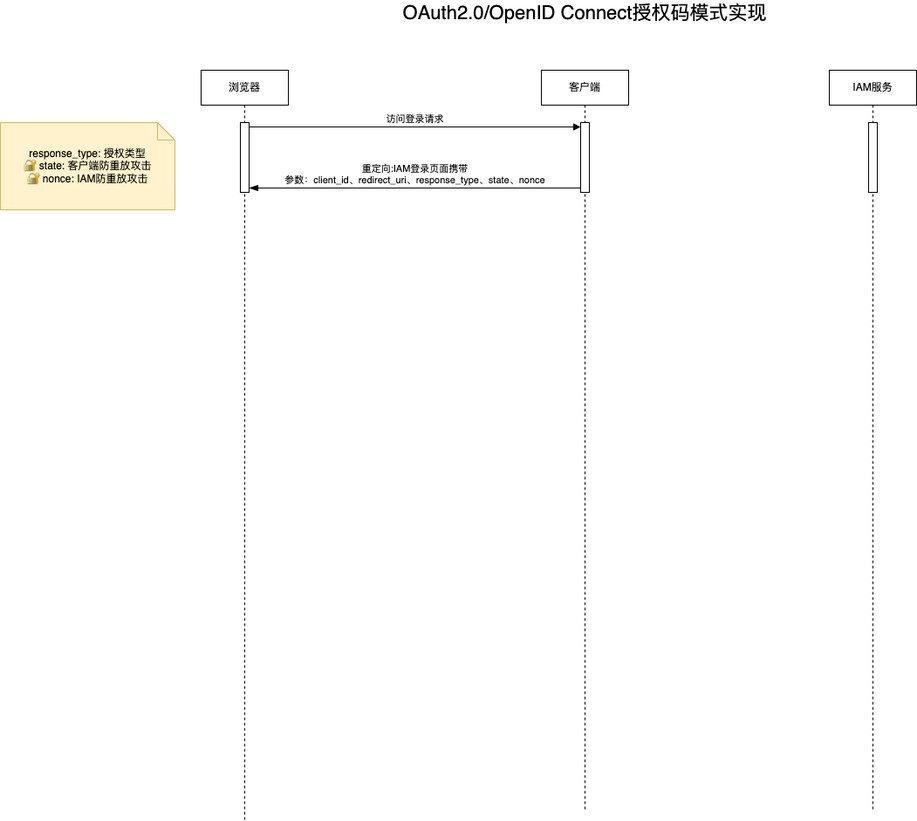
This is IAM实现.drawio.png from JYbill/draw, a draw.io export, as it was before one commit. Source tidied: cells renumbered, new cells last; positions are measured from the earlier drawing's top-left corner, leaving out a move shared by most shapes.
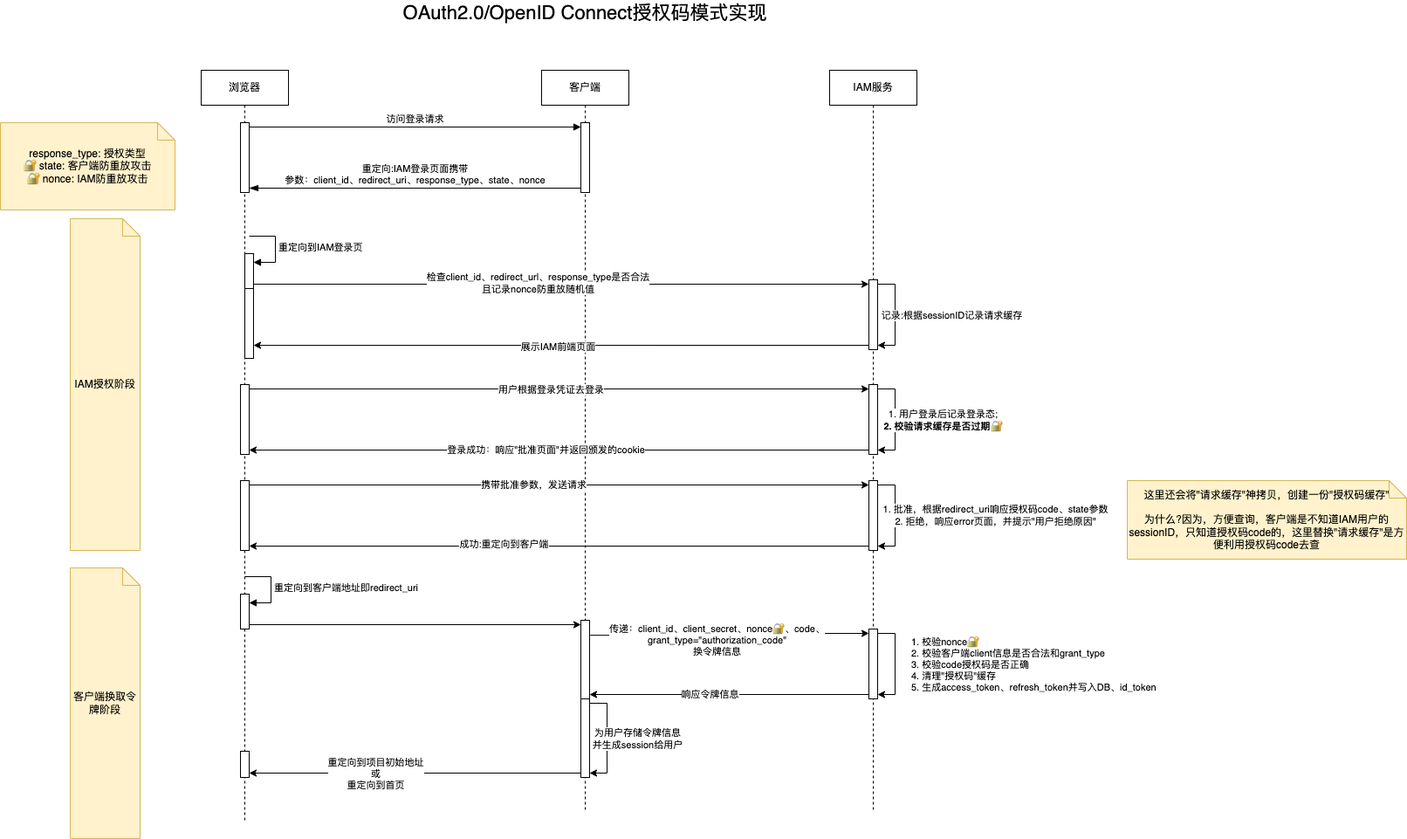
Above is the later version.

Change to the diagram source:
```diff
@@ -8,12 +8,60 @@
     <mxCell id="3" style="html=1;points=[[0,0,0,0,5],[0,1,0,0,-5],[1,0,0,0,5],[1,1,0,0,-5]];perimeter=orthogonalPerimeter;outlineConnect=0;targetShapes=umlLifeline;portConstraint=eastwest;newEdgeStyle={&quot;curved&quot;:0,&quot;rounded&quot;:0};" parent="2" vertex="1">
       <mxGeometry x="45" y="60" width="10" height="80" as="geometry" />
     </mxCell>
+    <mxCell id="12" style="html=1;points=[[0,0,0,0,5],[0,1,0,0,-5],[1,0,0,0,5],[1,1,0,0,-5]];perimeter=orthogonalPerimeter;outlineConnect=0;targetShapes=umlLifeline;portConstraint=eastwest;newEdgeStyle={&quot;curved&quot;:0,&quot;rounded&quot;:0};" parent="2" vertex="1">
+      <mxGeometry x="50" y="210" width="10" height="40" as="geometry" />
+    </mxCell>
+    <mxCell id="13" value="重定向到IAM登录页" style="html=1;align=left;spacingLeft=2;endArrow=block;rounded=0;edgeStyle=orthogonalEdgeStyle;curved=0;rounded=0;" parent="2" edge="1" target="12">
+      <mxGeometry relative="1" as="geometry">
+        <mxPoint x="55" y="190" as="sourcePoint" />
+        <Array as="points">
+          <mxPoint x="85" y="220" />
+        </Array>
+      </mxGeometry>
+    </mxCell>
+    <mxCell id="14" style="html=1;points=[[0,0,0,0,5],[0,1,0,0,-5],[1,0,0,0,5],[1,1,0,0,-5]];perimeter=orthogonalPerimeter;outlineConnect=0;targetShapes=umlLifeline;portConstraint=eastwest;newEdgeStyle={&quot;curved&quot;:0,&quot;rounded&quot;:0};" parent="2" vertex="1">
+      <mxGeometry x="50" y="250" width="10" height="80" as="geometry" />
+    </mxCell>
+    <mxCell id="15" style="html=1;points=[[0,0,0,0,5],[0,1,0,0,-5],[1,0,0,0,5],[1,1,0,0,-5]];perimeter=orthogonalPerimeter;outlineConnect=0;targetShapes=umlLifeline;portConstraint=eastwest;newEdgeStyle={&quot;curved&quot;:0,&quot;rounded&quot;:0};" parent="2" vertex="1">
+      <mxGeometry x="45" y="360" width="10" height="80" as="geometry" />
+    </mxCell>
+    <mxCell id="16" style="html=1;points=[[0,0,0,0,5],[0,1,0,0,-5],[1,0,0,0,5],[1,1,0,0,-5]];perimeter=orthogonalPerimeter;outlineConnect=0;targetShapes=umlLifeline;portConstraint=eastwest;newEdgeStyle={&quot;curved&quot;:0,&quot;rounded&quot;:0};" parent="2" vertex="1">
+      <mxGeometry x="45" y="470" width="10" height="80" as="geometry" />
+    </mxCell>
+    <mxCell id="17" style="html=1;points=[[0,0,0,0,5],[0,1,0,0,-5],[1,0,0,0,5],[1,1,0,0,-5]];perimeter=orthogonalPerimeter;outlineConnect=0;targetShapes=umlLifeline;portConstraint=eastwest;newEdgeStyle={&quot;curved&quot;:0,&quot;rounded&quot;:0};" parent="2" vertex="1">
+      <mxGeometry x="45" y="780" width="10" height="30" as="geometry" />
+    </mxCell>
+    <mxCell id="18" style="html=1;points=[[0,0,0,0,5],[0,1,0,0,-5],[1,0,0,0,5],[1,1,0,0,-5]];perimeter=orthogonalPerimeter;outlineConnect=0;targetShapes=umlLifeline;portConstraint=eastwest;newEdgeStyle={&quot;curved&quot;:0,&quot;rounded&quot;:0};" parent="2" vertex="1">
+      <mxGeometry x="45" y="600" width="10" height="40" as="geometry" />
+    </mxCell>
+    <mxCell id="19" value="重定向到客户端地址即redirect_uri" style="html=1;align=left;spacingLeft=2;endArrow=block;rounded=0;edgeStyle=orthogonalEdgeStyle;curved=0;rounded=0;" parent="2" edge="1" target="18">
+      <mxGeometry relative="1" as="geometry">
+        <mxPoint x="50" y="580" as="sourcePoint" />
+        <Array as="points">
+          <mxPoint x="80" y="610" />
+        </Array>
+      </mxGeometry>
+    </mxCell>
     <mxCell id="4" value="客户端" style="shape=umlLifeline;perimeter=lifelinePerimeter;whiteSpace=wrap;html=1;newEdgeStyle={&quot;curved&quot;:0,&quot;rounded&quot;:0};" parent="1" vertex="1">
       <mxGeometry x="620" y="80" width="100" height="850" as="geometry" />
     </mxCell>
     <mxCell id="5" style="html=1;points=[[0,0,0,0,5],[0,1,0,0,-5],[1,0,0,0,5],[1,1,0,0,-5]];perimeter=orthogonalPerimeter;outlineConnect=0;targetShapes=umlLifeline;portConstraint=eastwest;newEdgeStyle={&quot;curved&quot;:0,&quot;rounded&quot;:0};" parent="4" vertex="1">
       <mxGeometry x="45" y="60" width="10" height="80" as="geometry" />
     </mxCell>
+    <mxCell id="20" style="html=1;points=[[0,0,0,0,5],[0,1,0,0,-5],[1,0,0,0,5],[1,1,0,0,-5]];perimeter=orthogonalPerimeter;outlineConnect=0;targetShapes=umlLifeline;portConstraint=eastwest;newEdgeStyle={&quot;curved&quot;:0,&quot;rounded&quot;:0};" parent="4" vertex="1">
+      <mxGeometry x="45" y="630" width="10" height="90" as="geometry" />
+    </mxCell>
+    <mxCell id="21" style="html=1;points=[[0,0,0,0,5],[0,1,0,0,-5],[1,0,0,0,5],[1,1,0,0,-5]];perimeter=orthogonalPerimeter;outlineConnect=0;targetShapes=umlLifeline;portConstraint=eastwest;newEdgeStyle={&quot;curved&quot;:0,&quot;rounded&quot;:0};" parent="4" vertex="1">
+      <mxGeometry x="45" y="720" width="10" height="90" as="geometry" />
+    </mxCell>
+    <mxCell id="22" style="edgeStyle=orthogonalEdgeStyle;rounded=0;orthogonalLoop=1;jettySize=auto;html=1;curved=0;exitX=1;exitY=0;exitDx=0;exitDy=5;exitPerimeter=0;entryX=1;entryY=1;entryDx=0;entryDy=-5;entryPerimeter=0;" parent="4" edge="1" source="21" target="21">
+      <mxGeometry relative="1" as="geometry" />
+    </mxCell>
+    <mxCell id="23" value="为用户存储令牌信息&lt;br&gt;并生成session给用户" style="edgeLabel;html=1;align=center;verticalAlign=middle;" parent="22" vertex="1">
+      <mxGeometry x="-0.01" y="3" relative="1" as="geometry">
+        <mxPoint x="32" y="1" as="offset" />
+      </mxGeometry>
+    </mxCell>
     <mxCell id="6" value="OAuth2.0/OpenID Connect授权码模式实现" style="text;html=1;align=center;verticalAlign=middle;whiteSpace=wrap;rounded=0;fontSize=22;" parent="1" vertex="1">
       <mxGeometry x="427" width="486" height="30" as="geometry" />
     </mxCell>
@@ -27,10 +75,121 @@
       <mxGeometry x="950" y="80" width="100" height="850" as="geometry" />
     </mxCell>
     <mxCell id="10" style="html=1;points=[[0,0,0,0,5],[0,1,0,0,-5],[1,0,0,0,5],[1,1,0,0,-5]];perimeter=orthogonalPerimeter;outlineConnect=0;targetShapes=umlLifeline;portConstraint=eastwest;newEdgeStyle={&quot;curved&quot;:0,&quot;rounded&quot;:0};" parent="9" vertex="1">
-      <mxGeometry x="45" y="60" width="10" height="80" as="geometry" />
+      <mxGeometry x="45" y="240" width="10" height="80" as="geometry" />
     </mxCell>
+    <mxCell id="24" style="html=1;points=[[0,0,0,0,5],[0,1,0,0,-5],[1,0,0,0,5],[1,1,0,0,-5]];perimeter=orthogonalPerimeter;outlineConnect=0;targetShapes=umlLifeline;portConstraint=eastwest;newEdgeStyle={&quot;curved&quot;:0,&quot;rounded&quot;:0};" parent="9" vertex="1">
+      <mxGeometry x="45" y="360" width="10" height="80" as="geometry" />
+    </mxCell>
+    <mxCell id="25" style="html=1;points=[[0,0,0,0,5],[0,1,0,0,-5],[1,0,0,0,5],[1,1,0,0,-5]];perimeter=orthogonalPerimeter;outlineConnect=0;targetShapes=umlLifeline;portConstraint=eastwest;newEdgeStyle={&quot;curved&quot;:0,&quot;rounded&quot;:0};" parent="9" vertex="1">
+      <mxGeometry x="45" y="470" width="10" height="80" as="geometry" />
+    </mxCell>
+    <mxCell id="26" style="edgeStyle=orthogonalEdgeStyle;rounded=0;orthogonalLoop=1;jettySize=auto;html=1;curved=0;exitX=1;exitY=0;exitDx=0;exitDy=5;exitPerimeter=0;entryX=1;entryY=1;entryDx=0;entryDy=-5;entryPerimeter=0;" parent="9" edge="1" source="10" target="10">
+      <mxGeometry relative="1" as="geometry" />
+    </mxCell>
+    <mxCell id="27" value="记录:根据sessionID记录请求缓存" style="edgeLabel;html=1;align=center;verticalAlign=middle;" parent="26" vertex="1">
+      <mxGeometry x="-0.02" y="-1" relative="1" as="geometry">
+        <mxPoint x="66" y="1" as="offset" />
+      </mxGeometry>
+    </mxCell>
+    <mxCell id="28" style="edgeStyle=orthogonalEdgeStyle;rounded=0;orthogonalLoop=1;jettySize=auto;html=1;curved=0;exitX=1;exitY=0;exitDx=0;exitDy=5;exitPerimeter=0;entryX=1;entryY=1;entryDx=0;entryDy=-5;entryPerimeter=0;" parent="9" edge="1" source="24" target="24">
+      <mxGeometry relative="1" as="geometry" />
+    </mxCell>
+    <mxCell id="29" value="1. 用户登录后记录登录态;&lt;br&gt;&lt;b&gt;2. 校验请求缓存是否过期🔐&lt;/b&gt;" style="edgeLabel;html=1;align=center;verticalAlign=middle;" parent="28" vertex="1">
+      <mxGeometry x="0.01" y="1" relative="1" as="geometry">
+        <mxPoint x="54" as="offset" />
+      </mxGeometry>
+    </mxCell>
+    <mxCell id="30" style="edgeStyle=orthogonalEdgeStyle;rounded=0;orthogonalLoop=1;jettySize=auto;html=1;curved=0;exitX=1;exitY=0;exitDx=0;exitDy=5;exitPerimeter=0;entryX=1;entryY=1;entryDx=0;entryDy=-5;entryPerimeter=0;" parent="9" edge="1" source="25" target="25">
+      <mxGeometry relative="1" as="geometry" />
+    </mxCell>
+    <mxCell id="31" value="1. 批准，根据redirect_uri响应授权码code、state参数&lt;br&gt;2. 拒绝，响应error页面，并提示&quot;用户拒绝原因&quot;" style="edgeLabel;html=1;align=center;verticalAlign=middle;" parent="30" vertex="1">
+      <mxGeometry x="-0.07" relative="1" as="geometry">
+        <mxPoint x="115" y="4" as="offset" />
+      </mxGeometry>
+    </mxCell>
+    <mxCell id="32" style="html=1;points=[[0,0,0,0,5],[0,1,0,0,-5],[1,0,0,0,5],[1,1,0,0,-5]];perimeter=orthogonalPerimeter;outlineConnect=0;targetShapes=umlLifeline;portConstraint=eastwest;newEdgeStyle={&quot;curved&quot;:0,&quot;rounded&quot;:0};" parent="9" vertex="1">
+      <mxGeometry x="45" y="640" width="10" height="80" as="geometry" />
+    </mxCell>
+    <mxCell id="33" style="edgeStyle=orthogonalEdgeStyle;rounded=0;orthogonalLoop=1;jettySize=auto;html=1;curved=0;exitX=1;exitY=0;exitDx=0;exitDy=5;exitPerimeter=0;entryX=1;entryY=1;entryDx=0;entryDy=-5;entryPerimeter=0;" parent="9" edge="1" source="32" target="32">
+      <mxGeometry relative="1" as="geometry" />
+    </mxCell>
+    <mxCell id="34" value="1. 校验nonce🔐&lt;br&gt;2. 校验客户端client信息是否合法和grant_type&lt;br&gt;3. 校验code授权码是否正确&lt;br&gt;4. 清理&quot;授权码&quot;缓存&lt;br&gt;5. 生成access_token、refresh_token并写入DB、id_token" style="edgeLabel;html=1;align=left;verticalAlign=middle;spacingLeft=5;" parent="33" vertex="1">
+      <mxGeometry x="-0.22" y="1" relative="1" as="geometry">
+        <mxPoint x="11" y="13" as="offset" />
+      </mxGeometry>
+    </mxCell>
     <mxCell id="11" value="response_type: 授权类型&lt;br&gt;🔐 state: 客户端防重放攻击&lt;br&gt;🔐 nonce: IAM防重放攻击" style="shape=note;size=20;whiteSpace=wrap;html=1;fillColor=#fff2cc;strokeColor=#d6b656;" parent="1" vertex="1">
       <mxGeometry y="140" width="200" height="100" as="geometry" />
     </mxCell>
+    <mxCell id="35" style="edgeStyle=orthogonalEdgeStyle;rounded=0;jettySize=auto;html=1;curved=0;exitX=1;exitY=1;exitDx=0;exitDy=-5;exitPerimeter=0;entryX=0;entryY=0;entryDx=0;entryDy=5;entryPerimeter=0;" parent="1" edge="1" source="12" target="10">
+      <mxGeometry relative="1" as="geometry" />
+    </mxCell>
+    <mxCell id="36" value="检查client_id、redirect_url、response_type是否合法&lt;br&gt;且记录nonce防重放随机值" style="edgeLabel;html=1;align=center;verticalAlign=middle;" parent="35" vertex="1">
+      <mxGeometry x="-0.08" y="1" relative="1" as="geometry" />
+    </mxCell>
+    <mxCell id="37" style="edgeStyle=orthogonalEdgeStyle;rounded=0;jettySize=auto;html=1;curved=0;exitX=0;exitY=1;exitDx=0;exitDy=-5;exitPerimeter=0;entryX=1;entryY=0.813;entryDx=0;entryDy=0;entryPerimeter=0;" parent="1" edge="1" source="10" target="14">
+      <mxGeometry relative="1" as="geometry" />
+    </mxCell>
+    <mxCell id="38" value="展示IAM前端页面" style="edgeLabel;html=1;align=center;verticalAlign=middle;" parent="37" vertex="1">
+      <mxGeometry x="0.01" y="2" relative="1" as="geometry" />
+    </mxCell>
+    <mxCell id="39" style="edgeStyle=orthogonalEdgeStyle;rounded=0;jettySize=auto;html=1;curved=0;exitX=1;exitY=0;exitDx=0;exitDy=5;exitPerimeter=0;entryX=0;entryY=0;entryDx=0;entryDy=5;entryPerimeter=0;" parent="1" edge="1" source="15" target="24">
+      <mxGeometry relative="1" as="geometry" />
+    </mxCell>
+    <mxCell id="40" value="用户根据登录凭证去登录" style="edgeLabel;html=1;align=center;verticalAlign=middle;" parent="39" vertex="1">
+      <mxGeometry x="-0.03" y="-1" relative="1" as="geometry" />
+    </mxCell>
+    <mxCell id="41" style="edgeStyle=orthogonalEdgeStyle;rounded=0;jettySize=auto;html=1;curved=0;exitX=0;exitY=1;exitDx=0;exitDy=-5;exitPerimeter=0;entryX=1;entryY=1;entryDx=0;entryDy=-5;entryPerimeter=0;" parent="1" edge="1" source="24" target="15">
+      <mxGeometry relative="1" as="geometry" />
+    </mxCell>
+    <mxCell id="42" value="登录成功：响应&quot;批准页面&quot;并返回颁发的cookie" style="edgeLabel;html=1;align=center;verticalAlign=middle;" parent="41" vertex="1">
+      <mxGeometry x="0.04" relative="1" as="geometry" />
+    </mxCell>
+    <mxCell id="43" value="IAM授权阶段" style="shape=note;size=20;whiteSpace=wrap;html=1;fillColor=#fff2cc;strokeColor=#d6b656;" parent="1" vertex="1">
+      <mxGeometry x="80" y="250" width="80" height="380" as="geometry" />
+    </mxCell>
+    <mxCell id="44" style="edgeStyle=orthogonalEdgeStyle;rounded=0;jettySize=auto;html=1;curved=0;exitX=1;exitY=0;exitDx=0;exitDy=5;exitPerimeter=0;entryX=0;entryY=0;entryDx=0;entryDy=5;entryPerimeter=0;" parent="1" edge="1" source="16" target="25">
+      <mxGeometry relative="1" as="geometry" />
+    </mxCell>
+    <mxCell id="45" value="携带批准参数，发送请求" style="edgeLabel;html=1;align=center;verticalAlign=middle;" parent="44" vertex="1">
+      <mxGeometry x="-0.08" relative="1" as="geometry" />
+    </mxCell>
+    <mxCell id="46" style="edgeStyle=orthogonalEdgeStyle;rounded=0;jettySize=auto;html=1;curved=0;exitX=0;exitY=1;exitDx=0;exitDy=-5;exitPerimeter=0;entryX=1;entryY=1;entryDx=0;entryDy=-5;entryPerimeter=0;" parent="1" edge="1" source="25" target="16">
+      <mxGeometry relative="1" as="geometry" />
+    </mxCell>
+    <mxCell id="47" value="成功:重定向到客户端" style="edgeLabel;html=1;align=center;verticalAlign=middle;" parent="46" vertex="1">
+      <mxGeometry x="0.18" y="-2" relative="1" as="geometry" />
+    </mxCell>
+    <mxCell id="48" style="edgeStyle=orthogonalEdgeStyle;rounded=0;jettySize=auto;html=1;curved=0;exitX=1;exitY=1;exitDx=0;exitDy=-5;exitPerimeter=0;entryX=0;entryY=0;entryDx=0;entryDy=5;entryPerimeter=0;" parent="1" edge="1" source="18" target="20">
+      <mxGeometry relative="1" as="geometry" />
+    </mxCell>
+    <mxCell id="49" value="&lt;font style=&quot;font-size: 12px;&quot;&gt;这里还会将&quot;请求缓存&quot;神拷贝，创建一份&quot;授权码缓存&quot;&lt;br&gt;&lt;br&gt;为什么?因为，方便查询，客户端是不知道IAM用户的sessionID，只知道授权码code的，这里替换&quot;请求缓存&quot;是方便利用授权码code去查&lt;/font&gt;" style="shape=note;size=20;whiteSpace=wrap;html=1;fillColor=#fff2cc;strokeColor=#d6b656;" parent="1" vertex="1">
+      <mxGeometry x="1291" y="550" width="320" height="90" as="geometry" />
+    </mxCell>
+    <mxCell id="50" style="edgeStyle=orthogonalEdgeStyle;rounded=0;jettySize=auto;html=1;curved=0;exitX=1.083;exitY=0.19;exitDx=0;exitDy=0;exitPerimeter=0;entryX=0;entryY=0;entryDx=0;entryDy=5;entryPerimeter=0;" parent="1" edge="1" source="20" target="32">
+      <mxGeometry relative="1" as="geometry" />
+    </mxCell>
+    <mxCell id="51" value="传递：client_id、client_secret、nonce🔐、code、&lt;br&gt;grant_type=&quot;authorization_code&quot;&lt;br&gt;换令牌信息" style="edgeLabel;html=1;align=center;verticalAlign=middle;" parent="50" vertex="1">
+      <mxGeometry x="-0.41" y="-1" relative="1" as="geometry">
+        <mxPoint x="50" y="4" as="offset" />
+      </mxGeometry>
+    </mxCell>
+    <mxCell id="52" style="edgeStyle=orthogonalEdgeStyle;rounded=0;jettySize=auto;html=1;curved=0;exitX=0;exitY=1;exitDx=0;exitDy=-5;exitPerimeter=0;entryX=1;entryY=1;entryDx=0;entryDy=-5;entryPerimeter=0;" parent="1" edge="1" source="32" target="20">
+      <mxGeometry relative="1" as="geometry" />
+    </mxCell>
+    <mxCell id="53" value="响应令牌信息" style="edgeLabel;html=1;align=center;verticalAlign=middle;" parent="52" vertex="1">
+      <mxGeometry x="0.23" y="3" relative="1" as="geometry">
+        <mxPoint x="14" y="-3" as="offset" />
+      </mxGeometry>
+    </mxCell>
+    <mxCell id="54" value="客户端换取令牌阶段" style="shape=note;size=20;whiteSpace=wrap;html=1;fillColor=#fff2cc;strokeColor=#d6b656;" parent="1" vertex="1">
+      <mxGeometry x="80" y="650" width="80" height="310" as="geometry" />
+    </mxCell>
+    <mxCell id="55" style="edgeStyle=orthogonalEdgeStyle;rounded=0;jettySize=auto;html=1;curved=0;exitX=0;exitY=1;exitDx=0;exitDy=-5;exitPerimeter=0;entryX=1;entryY=1;entryDx=0;entryDy=-5;entryPerimeter=0;" parent="1" edge="1" source="21" target="17">
+      <mxGeometry relative="1" as="geometry" />
+    </mxCell>
+    <mxCell id="56" value="重定向到项目初始地址&lt;br&gt;或&lt;br&gt;重定向到首页" style="edgeLabel;html=1;align=center;verticalAlign=middle;" parent="55" vertex="1">
+      <mxGeometry x="0.24" y="1" relative="1" as="geometry" />
+    </mxCell>
   </root>
 </mxGraphModel>
```
